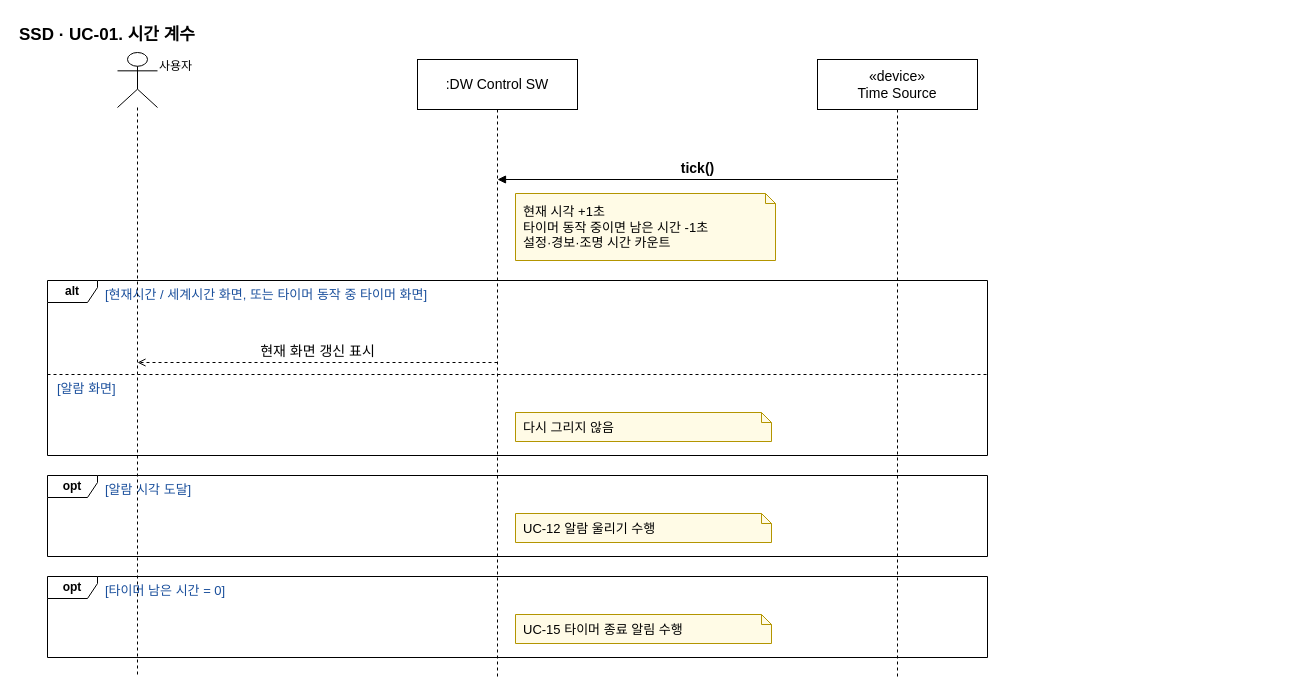
This is page "UC-01" (1 of 12) of docs/OOAD/practice/ssd/DigitalWatch_SSD.drawio from sspring2048/AssoArch, a draw.io file, before an edit. Source tidied: cells renumbered, new cells numbered last; positions are measured from the earlier drawing's top-left corner, leaving out a move shared by most shapes. Both pictures are drawn from the tidied source at 100%, with x=0, y=0 at pixel (17, 17).
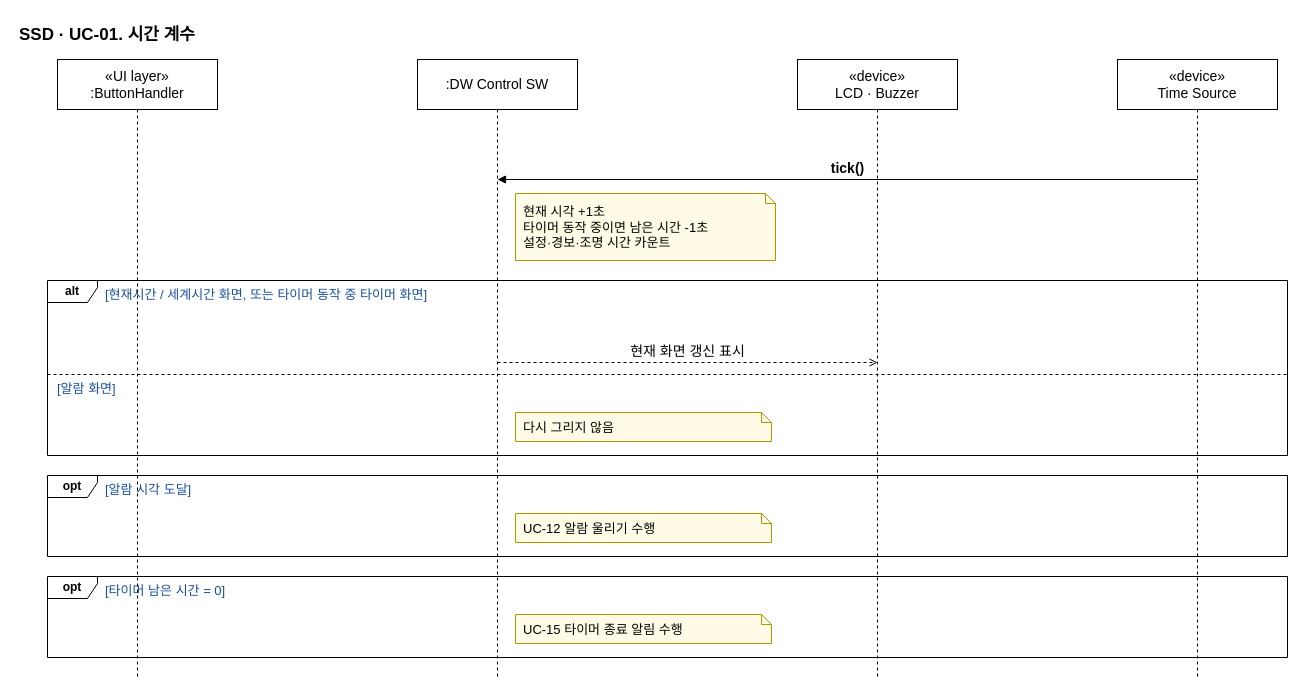
After the change.

Change to the diagram source:
```diff
@@
     <mxCell id="3" value="alt" style="shape=umlFrame;whiteSpace=wrap;html=1;width=50;height=22;fontStyle=1;fillColor=none;" parent="1" vertex="1">
-      <mxGeometry x="30" y="263" width="940" height="175" as="geometry" />
+      <mxGeometry x="30" y="263" width="1240" height="175" as="geometry" />
     </mxCell>
     <mxCell id="4" value="[현재시간 / 세계시간 화면, 또는 타이머 동작 중 타이머 화면]" style="text;fontSize=13;fontColor=#1a4f9c;align=left;" parent="1" vertex="1">
-      <mxGeometry x="86" y="263" width="874" height="22" as="geometry" />
+      <mxGeometry x="86" y="263" width="1174" height="22" as="geometry" />
     </mxCell>
     <mxCell id="5" style="endArrow=none;dashed=1;html=1;" parent="1" edge="1">
       <mxGeometry relative="1" as="geometry">
         <mxPoint x="30" y="357" as="sourcePoint" />
-        <mxPoint x="970" y="357" as="targetPoint" />
+        <mxPoint x="1270" y="357" as="targetPoint" />
       </mxGeometry>
     </mxCell>
     <mxCell id="6" value="[알람 화면]" style="text;fontSize=13;fontColor=#1a4f9c;align=left;" parent="1" vertex="1">
-      <mxGeometry x="38" y="357" width="922" height="22" as="geometry" />
+      <mxGeometry x="38" y="357" width="1222" height="22" as="geometry" />
     </mxCell>
     <mxCell id="7" value="opt" style="shape=umlFrame;whiteSpace=wrap;html=1;width=50;height=22;fontStyle=1;fillColor=none;" parent="1" vertex="1">
-      <mxGeometry x="30" y="458" width="940" height="81" as="geometry" />
+      <mxGeometry x="30" y="458" width="1240" height="81" as="geometry" />
     </mxCell>
     <mxCell id="8" value="[알람 시각 도달]" style="text;fontSize=13;fontColor=#1a4f9c;align=left;" parent="1" vertex="1">
-      <mxGeometry x="86" y="458" width="874" height="22" as="geometry" />
+      <mxGeometry x="86" y="458" width="1174" height="22" as="geometry" />
     </mxCell>
     <mxCell id="9" value="opt" style="shape=umlFrame;whiteSpace=wrap;html=1;width=50;height=22;fontStyle=1;fillColor=none;" parent="1" vertex="1">
-      <mxGeometry x="30" y="559" width="940" height="81" as="geometry" />
+      <mxGeometry x="30" y="559" width="1240" height="81" as="geometry" />
     </mxCell>
     <mxCell id="10" value="[타이머 남은 시간 = 0]" style="text;fontSize=13;fontColor=#1a4f9c;align=left;" parent="1" vertex="1">
-      <mxGeometry x="86" y="559" width="874" height="22" as="geometry" />
+      <mxGeometry x="86" y="559" width="1174" height="22" as="geometry" />
     </mxCell>
-    <mxCell id="11" value="사용자" style="shape=umlLifeline;participant=umlActor;perimeter=lifelinePerimeter;html=1;size=55;verticalAlign=top;labelPosition=right;align=left;" parent="1" vertex="1">
-      <mxGeometry x="100" y="35" width="40" height="625" as="geometry" />
+    <mxCell id="11" value="«UI layer»&lt;br&gt;:ButtonHandler" style="shape=umlLifeline;perimeter=lifelinePerimeter;whiteSpace=wrap;html=1;size=50;fontSize=14;" parent="1" vertex="1">
+      <mxGeometry x="40" y="42" width="160" height="618" as="geometry" />
     </mxCell>
@@
-    <mxCell id="13" value="«device»&lt;br&gt;Time Source" style="shape=umlLifeline;perimeter=lifelinePerimeter;whiteSpace=wrap;html=1;size=50;fontSize=14;" parent="1" vertex="1">
-      <mxGeometry x="800" y="42" width="160" height="618" as="geometry" />
+    <mxCell id="13" value="«device»&lt;br&gt;LCD · Buzzer" style="shape=umlLifeline;perimeter=lifelinePerimeter;whiteSpace=wrap;html=1;size=50;fontSize=14;" parent="1" vertex="1">
+      <mxGeometry x="780" y="42" width="160" height="618" as="geometry" />
     </mxCell>
-    <mxCell id="14" value="tick()" style="html=1;verticalAlign=bottom;fontSize=14;endArrow=block;endFill=1;fontStyle=1;" parent="1" edge="1">
-      <mxGeometry relative="1" as="geometry">
-        <mxPoint x="880" y="162" as="sourcePoint" />
-        <mxPoint x="480" y="162" as="targetPoint" />
-      </mxGeometry>
+    <mxCell id="14" value="«device»&lt;br&gt;Time Source" style="shape=umlLifeline;perimeter=lifelinePerimeter;whiteSpace=wrap;html=1;size=50;fontSize=14;" parent="1" vertex="1">
+      <mxGeometry x="1100" y="42" width="160" height="618" as="geometry" />
     </mxCell>
-    <mxCell id="15" value="현재 시각 +1초&lt;br&gt;타이머 동작 중이면 남은 시간 -1초&lt;br&gt;설정·경보·조명 시간 카운트" style="shape=note;size=10;whiteSpace=wrap;html=1;align=left;spacingLeft=6;fontSize=13;fillColor=#fffbe6;strokeColor=#b39500;" parent="1" vertex="1">
-      <mxGeometry x="498" y="176" width="260" height="67" as="geometry" />
+    <mxCell id="15" value="tick()" style="html=1;verticalAlign=bottom;fontSize=14;endArrow=block;endFill=1;fontStyle=1;" parent="1" edge="1">
+      <mxGeometry relative="1" as="geometry">
+        <mxPoint x="1180" y="162" as="sourcePoint" />
+        <mxPoint x="480" y="162" as="targetPoint" />
+      </mxGeometry>
     </mxCell>
-    <mxCell id="16" value="현재 화면 갱신 표시" style="html=1;verticalAlign=bottom;fontSize=14;endArrow=open;dashed=1;" parent="1" edge="1">
-      <mxGeometry relative="1" as="geometry">
-        <mxPoint x="480" y="345" as="sourcePoint" />
-        <mxPoint x="120" y="345" as="targetPoint" />
-      </mxGeometry>
+    <mxCell id="16" value="현재 시각 +1초&lt;br&gt;타이머 동작 중이면 남은 시간 -1초&lt;br&gt;설정·경보·조명 시간 카운트" style="shape=note;size=10;whiteSpace=wrap;html=1;align=left;spacingLeft=6;fontSize=13;fillColor=#fffbe6;strokeColor=#b39500;" parent="1" vertex="1">
+      <mxGeometry x="498" y="176" width="260" height="67" as="geometry" />
     </mxCell>
-    <mxCell id="17" value="다시 그리지 않음" style="shape=note;size=10;whiteSpace=wrap;html=1;align=left;spacingLeft=6;fontSize=13;fillColor=#fffbe6;strokeColor=#b39500;" parent="1" vertex="1">
-      <mxGeometry x="498" y="395" width="256" height="29" as="geometry" />
+    <mxCell id="17" value="현재 화면 갱신 표시" style="html=1;verticalAlign=bottom;fontSize=14;endArrow=open;dashed=1;" parent="1" edge="1">
+      <mxGeometry relative="1" as="geometry">
+        <mxPoint x="480" y="345" as="sourcePoint" />
+        <mxPoint x="860" y="345" as="targetPoint" />
+      </mxGeometry>
     </mxCell>
-    <mxCell id="18" value="UC-12 알람 울리기 수행" style="shape=note;size=10;whiteSpace=wrap;html=1;align=left;spacingLeft=6;fontSize=13;fillColor=#fffbe6;strokeColor=#b39500;" parent="1" vertex="1">
-      <mxGeometry x="498" y="496" width="256" height="29" as="geometry" />
+    <mxCell id="18" value="다시 그리지 않음" style="shape=note;size=10;whiteSpace=wrap;html=1;align=left;spacingLeft=6;fontSize=13;fillColor=#fffbe6;strokeColor=#b39500;" parent="1" vertex="1">
+      <mxGeometry x="498" y="395" width="256" height="29" as="geometry" />
     </mxCell>
-    <mxCell id="19" value="UC-15 타이머 종료 알림 수행" style="shape=note;size=10;whiteSpace=wrap;html=1;align=left;spacingLeft=6;fontSize=13;fillColor=#fffbe6;strokeColor=#b39500;" parent="1" vertex="1">
-      <mxGeometry x="498" y="597" width="256" height="29" as="geometry" />
+    <mxCell id="19" value="UC-12 알람 울리기 수행" style="shape=note;size=10;whiteSpace=wrap;html=1;align=left;spacingLeft=6;fontSize=13;fillColor=#fffbe6;strokeColor=#b39500;" parent="1" vertex="1">
+      <mxGeometry x="498" y="496" width="256" height="29" as="geometry" />
     </mxCell>
+    <mxCell id="20" value="UC-15 타이머 종료 알림 수행" style="shape=note;size=10;whiteSpace=wrap;html=1;align=left;spacingLeft=6;fontSize=13;fillColor=#fffbe6;strokeColor=#b39500;" parent="1" vertex="1">
+      <mxGeometry x="498" y="597" width="256" height="29" as="geometry" />
+    </mxCell>
```
